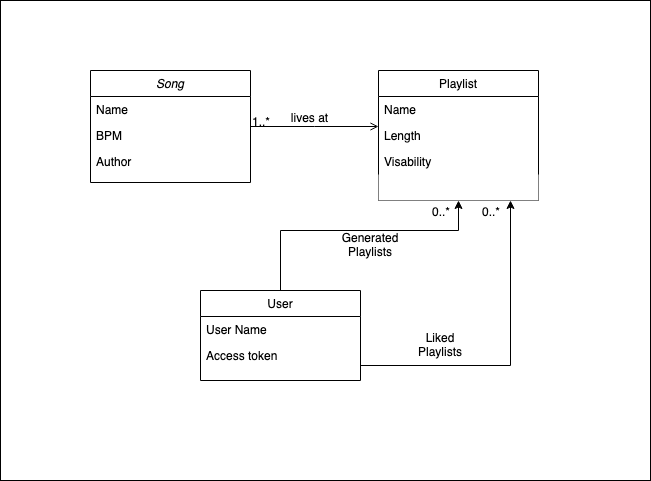
justbru/SpotifyBPM keeps this draw.io diagram as Untitled Diagram.drawio.png. Above is the earlier version. Source tidied: cells renumbered, new cells last; positions are measured from the earlier drawing's top-left corner, leaving out a move shared by most shapes. Source of this version:
```xml
<mxGraphModel>
  <root>
    <mxCell id="0" />
    <mxCell id="1" parent="0" />
    <mxCell id="2" style="rounded=0;whiteSpace=wrap;html=1;fillColor=default;" parent="1" vertex="1">
      <mxGeometry width="650" height="480" as="geometry" />
    </mxCell>
    <mxCell id="3" value="Song" style="swimlane;fontStyle=2;align=center;verticalAlign=top;horizontal=1;startSize=26;rounded=0;shadow=0;strokeWidth=1;" parent="1" vertex="1">
      <mxGeometry x="90" y="70" width="160" height="112" as="geometry" />
    </mxCell>
    <mxCell id="4" value="Name" style="text;align=left;verticalAlign=top;spacingLeft=4;spacingRight=4;overflow=hidden;fillColor=none;" parent="3" vertex="1">
      <mxGeometry y="26" width="160" height="26" as="geometry" />
    </mxCell>
    <mxCell id="5" value="BPM" style="text;align=left;verticalAlign=top;spacingLeft=4;spacingRight=4;overflow=hidden;rounded=0;shadow=0;html=0;fillColor=none;" parent="3" vertex="1">
      <mxGeometry y="52" width="160" height="26" as="geometry" />
    </mxCell>
    <mxCell id="6" value="Author" style="text;align=left;verticalAlign=top;spacingLeft=4;spacingRight=4;overflow=hidden;rounded=0;shadow=0;html=0;fillColor=none;" parent="3" vertex="1">
      <mxGeometry y="78" width="160" height="26" as="geometry" />
    </mxCell>
    <mxCell id="7" style="edgeStyle=orthogonalEdgeStyle;rounded=0;jettySize=auto;html=1;entryX=0.5;entryY=1;entryDx=0;entryDy=0;" parent="1" edge="1" source="8" target="11">
      <mxGeometry relative="1" as="geometry">
        <Array as="points">
          <mxPoint x="280" y="230" />
          <mxPoint x="458" y="230" />
        </Array>
      </mxGeometry>
    </mxCell>
    <mxCell id="8" value="User" style="swimlane;fontStyle=0;align=center;verticalAlign=top;horizontal=1;startSize=26;rounded=0;shadow=0;strokeWidth=1;" parent="1" vertex="1">
      <mxGeometry x="200" y="290" width="160" height="90" as="geometry" />
    </mxCell>
    <mxCell id="9" value="User Name" style="text;align=left;verticalAlign=top;spacingLeft=4;spacingRight=4;overflow=hidden;" parent="8" vertex="1">
      <mxGeometry y="26" width="160" height="26" as="geometry" />
    </mxCell>
    <mxCell id="10" value="Access token" style="text;align=left;verticalAlign=top;spacingLeft=4;spacingRight=4;overflow=hidden;" parent="8" vertex="1">
      <mxGeometry y="52" width="160" height="26" as="geometry" />
    </mxCell>
    <mxCell id="11" value="Playlist" style="swimlane;fontStyle=0;align=center;verticalAlign=top;horizontal=1;startSize=26;rounded=0;shadow=0;strokeWidth=1;fillColor=default;" parent="1" vertex="1">
      <mxGeometry x="378" y="70" width="160" height="130" as="geometry" />
    </mxCell>
    <mxCell id="12" value="Name" style="text;align=left;verticalAlign=top;spacingLeft=4;spacingRight=4;overflow=hidden;fillColor=none;" parent="11" vertex="1">
      <mxGeometry y="26" width="160" height="26" as="geometry" />
    </mxCell>
    <mxCell id="13" value="Length" style="text;align=left;verticalAlign=top;spacingLeft=4;spacingRight=4;overflow=hidden;rounded=0;shadow=0;html=0;fillColor=none;" parent="11" vertex="1">
      <mxGeometry y="52" width="160" height="26" as="geometry" />
    </mxCell>
    <mxCell id="14" value="Visability" style="text;align=left;verticalAlign=top;spacingLeft=4;spacingRight=4;overflow=hidden;rounded=0;shadow=0;html=0;fillColor=none;" parent="11" vertex="1">
      <mxGeometry y="78" width="160" height="26" as="geometry" />
    </mxCell>
    <mxCell id="15" style="text;align=left;verticalAlign=top;spacingLeft=4;spacingRight=4;overflow=hidden;points=[[0,0.5],[1,0.5]];portConstraint=eastwest;rounded=0;shadow=0;html=0;fillColor=default;" parent="11" vertex="1">
      <mxGeometry y="104" width="160" height="26" as="geometry" />
    </mxCell>
    <mxCell id="16" style="endArrow=open;shadow=0;strokeWidth=1;rounded=0;endFill=1;edgeStyle=elbowEdgeStyle;elbow=vertical;" parent="1" edge="1" source="3" target="11">
      <mxGeometry x="0.5" y="41" relative="1" as="geometry">
        <mxPoint x="-40" y="32" as="offset" />
      </mxGeometry>
    </mxCell>
    <mxCell id="17" value="1..*" style="align=left;verticalAlign=bottom;labelBackgroundColor=none;fontSize=12;" parent="16" vertex="1">
      <mxGeometry x="-1" relative="1" as="geometry">
        <mxPoint y="4" as="offset" />
      </mxGeometry>
    </mxCell>
    <mxCell id="18" value="lives at" style="text;html=1;align=center;verticalAlign=middle;labelBackgroundColor=none;rounded=0;shadow=0;strokeWidth=1;fontSize=12;" parent="16" vertex="1">
      <mxGeometry x="0.5" y="49" relative="1" as="geometry">
        <mxPoint x="-38" y="40" as="offset" />
      </mxGeometry>
    </mxCell>
    <mxCell id="19" style="edgeStyle=orthogonalEdgeStyle;rounded=0;jettySize=auto;html=1;" parent="1" edge="1" target="15">
      <mxGeometry relative="1" as="geometry">
        <mxPoint x="360" y="365" as="sourcePoint" />
        <Array as="points">
          <mxPoint x="510" y="365" />
        </Array>
      </mxGeometry>
    </mxCell>
    <mxCell id="20" value="Liked Playlists" style="text;html=1;strokeColor=none;fillColor=none;align=center;verticalAlign=middle;whiteSpace=wrap;rounded=0;" parent="1" vertex="1">
      <mxGeometry x="410" y="330" width="60" height="30" as="geometry" />
    </mxCell>
    <mxCell id="21" value="0..*" style="align=left;verticalAlign=bottom;labelBackgroundColor=none;fontSize=12;" parent="1" vertex="1">
      <mxGeometry x="480" y="220" as="geometry" />
    </mxCell>
    <mxCell id="22" value="Generated Playlists" style="text;html=1;strokeColor=none;fillColor=none;align=center;verticalAlign=middle;whiteSpace=wrap;rounded=0;" parent="1" vertex="1">
      <mxGeometry x="340" y="230" width="60" height="30" as="geometry" />
    </mxCell>
    <mxCell id="23" value="0..*" style="align=left;verticalAlign=bottom;labelBackgroundColor=none;fontSize=12;" parent="1" vertex="1">
      <mxGeometry x="430" y="220" as="geometry" />
    </mxCell>
  </root>
</mxGraphModel>
```
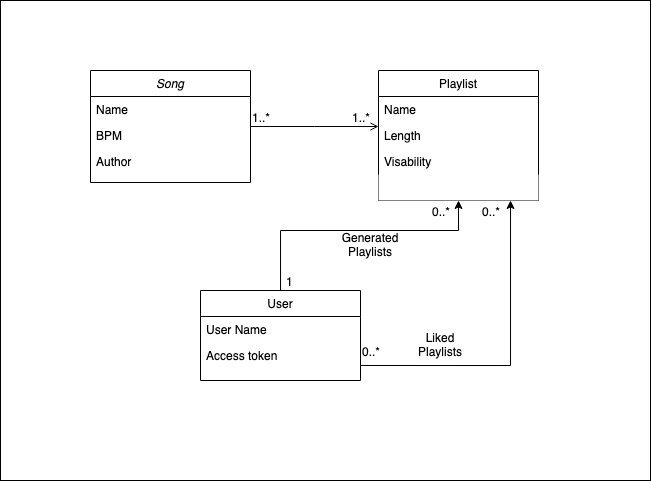
Above is the later version.

What changed in the source:
```diff
@@ -2,7 +2,7 @@
   <root>
     <mxCell id="0" />
     <mxCell id="1" parent="0" />
-    <mxCell id="2" style="rounded=0;whiteSpace=wrap;html=1;fillColor=default;" parent="1" vertex="1">
+    <mxCell id="2" style="rounded=0;whiteSpace=wrap;html=1;fillColor=default;fontStyle=1;" parent="1" vertex="1">
       <mxGeometry width="650" height="480" as="geometry" />
     </mxCell>
     <mxCell id="3" value="Song" style="swimlane;fontStyle=2;align=center;verticalAlign=top;horizontal=1;startSize=26;rounded=0;shadow=0;strokeWidth=1;" parent="1" vertex="1">
@@ -56,14 +56,9 @@
     </mxCell>
     <mxCell id="17" value="1..*" style="align=left;verticalAlign=bottom;labelBackgroundColor=none;fontSize=12;" parent="16" vertex="1">
       <mxGeometry x="-1" relative="1" as="geometry">
-        <mxPoint y="4" as="offset" />
+        <mxPoint x="100" as="offset" />
       </mxGeometry>
     </mxCell>
-    <mxCell id="18" value="lives at" style="text;html=1;align=center;verticalAlign=middle;labelBackgroundColor=none;rounded=0;shadow=0;strokeWidth=1;fontSize=12;" parent="16" vertex="1">
-      <mxGeometry x="0.5" y="49" relative="1" as="geometry">
-        <mxPoint x="-38" y="40" as="offset" />
-      </mxGeometry>
-    </mxCell>
     <mxCell id="19" style="edgeStyle=orthogonalEdgeStyle;rounded=0;jettySize=auto;html=1;" parent="1" edge="1" target="15">
       <mxGeometry relative="1" as="geometry">
         <mxPoint x="360" y="365" as="sourcePoint" />
@@ -84,5 +79,14 @@
     <mxCell id="23" value="0..*" style="align=left;verticalAlign=bottom;labelBackgroundColor=none;fontSize=12;" parent="1" vertex="1">
       <mxGeometry x="430" y="220" as="geometry" />
     </mxCell>
+    <mxCell id="24" value="1..*" style="align=left;verticalAlign=bottom;labelBackgroundColor=none;fontSize=12;" parent="1" vertex="1">
+      <mxGeometry x="250" y="126" as="geometry" />
+    </mxCell>
+    <mxCell id="25" value="0..*" style="align=left;verticalAlign=bottom;labelBackgroundColor=none;fontSize=12;direction=south;" parent="1" vertex="1">
+      <mxGeometry x="360" y="360" as="geometry" />
+    </mxCell>
+    <mxCell id="26" value="1" style="align=left;verticalAlign=bottom;labelBackgroundColor=none;fontSize=12;" parent="1" vertex="1">
+      <mxGeometry x="284" y="290" as="geometry" />
+    </mxCell>
   </root>
 </mxGraphModel>
```
